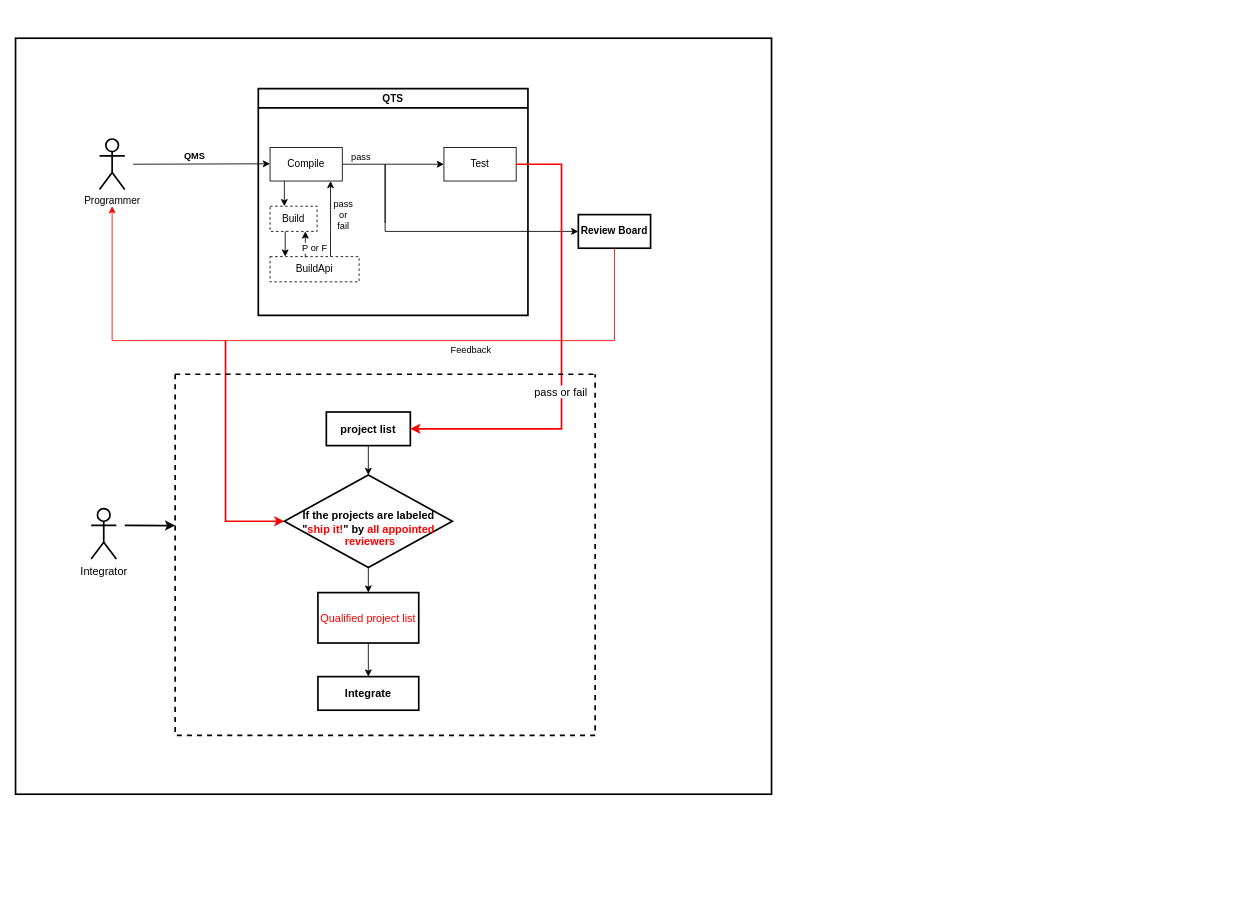
This is Untitled Diagram.drawio from YingSi163/Effy, a draw.io file, before an edit. Source tidied: cells renumbered, new cells numbered last; positions are measured from the earlier drawing's top-left corner, leaving out a move shared by most shapes. Both pictures are drawn from the tidied source at 84%, with x=0, y=0 at pixel (15, 38).
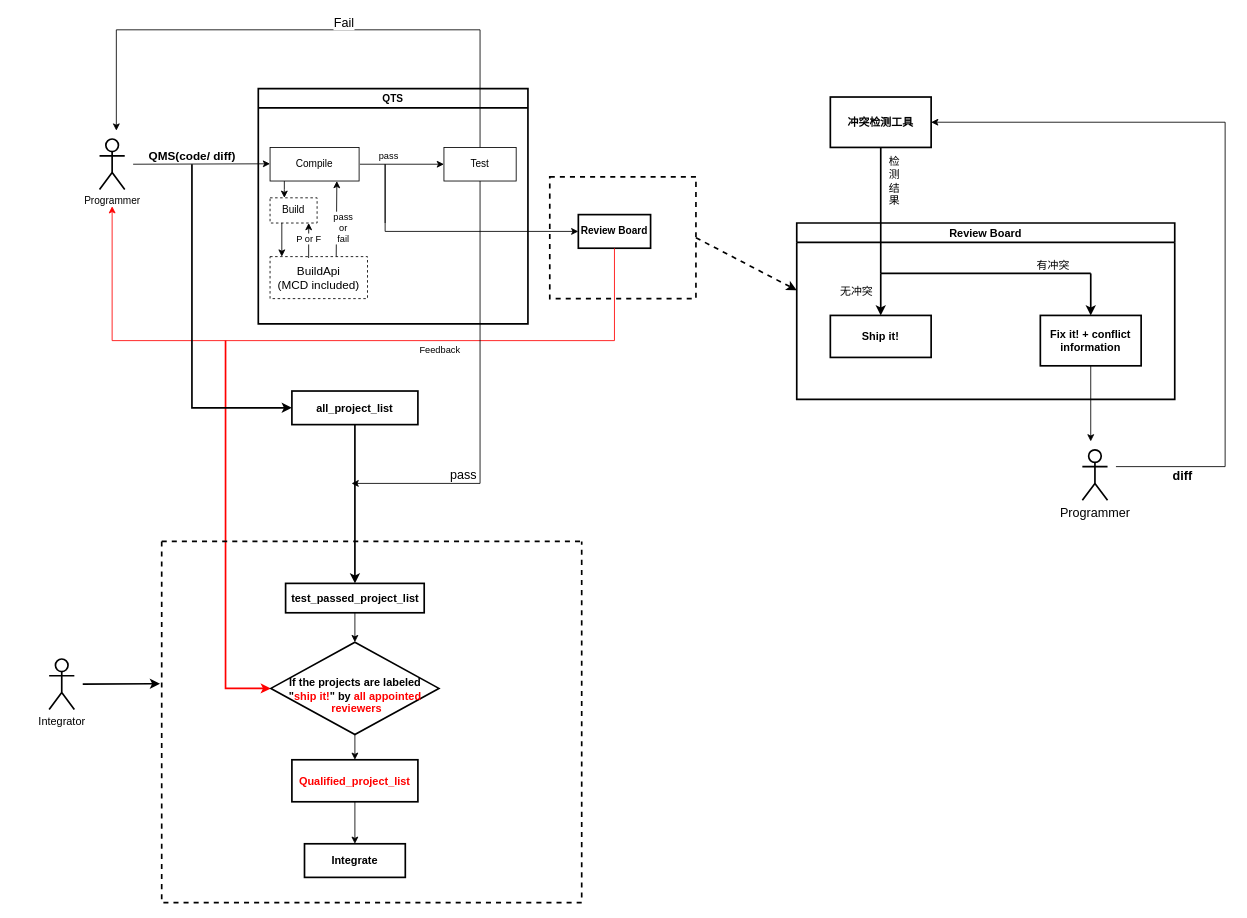
The same page after the edit.

Commit message:
adding feedback loop

The change refers to these unchanged cells:
```xml
<mxCell id="7" value="Test" style="whiteSpace=wrap;html=1;" parent="4" vertex="1">
  <mxGeometry x="221" y="70" width="86" height="40" as="geometry" />
</mxCell>
<mxCell id="9" style="endArrow=classic;html=1;rounded=0;" parent="4" edge="1">
  <mxGeometry relative="1" as="geometry">
    <mxPoint x="-149" y="90" as="sourcePoint" />
    <mxPoint x="14" y="89.5" as="targetPoint" />
  </mxGeometry>
</mxCell>
<mxCell id="16" value="&lt;b&gt;Review Board&lt;/b&gt;" style="whiteSpace=wrap;html=1;strokeWidth=2;" parent="1" vertex="1">
  <mxGeometry x="670" y="210" width="86" height="40" as="geometry" />
</mxCell>
<mxCell id="20" style="endArrow=classic;html=1;rounded=0;exitX=0.5;exitY=1;exitDx=0;exitDy=0;strokeColor=#FF0000;" parent="1" edge="1" source="16">
  <mxGeometry relative="1" as="geometry">
    <mxPoint x="115" y="200" as="targetPoint" />
    <Array as="points">
      <mxPoint x="713" y="360" />
      <mxPoint x="115" y="360" />
    </Array>
  </mxGeometry>
</mxCell>
<mxCell id="29" style="rhombus;whiteSpace=wrap;html=1;fontSize=13;strokeWidth=2;fillColor=default;" parent="27" vertex="1">
  <mxGeometry x="130" y="120" width="200" height="110" as="geometry" />
</mxCell>
```

Change to the diagram source:
```diff
@@
-    <mxCell id="2" style="rounded=0;whiteSpace=wrap;html=1;fontSize=13;fontColor=#FF0000;strokeWidth=2;fillColor=#FFFFFF;" parent="1" vertex="1">
-      <mxGeometry width="900" height="900" as="geometry" />
-    </mxCell>
@@
     <mxCell id="4" value="QTS" style="swimlane;strokeWidth=2;" parent="1" vertex="1">
-      <mxGeometry x="289" y="60" width="321" height="270" as="geometry" />
+      <mxGeometry x="289" y="60" width="321" height="280" as="geometry" />
     </mxCell>
@@
     <mxCell id="6" value="Compile" style="whiteSpace=wrap;html=1;" parent="4" vertex="1">
-      <mxGeometry x="14" y="70" width="86" height="40" as="geometry" />
+      <mxGeometry x="14" y="70" width="106" height="40" as="geometry" />
     </mxCell>
@@
     <mxCell id="8" value="Build" style="whiteSpace=wrap;html=1;dashed=1;" parent="4" vertex="1">
-      <mxGeometry x="14" y="140" width="56" height="30" as="geometry" />
+      <mxGeometry x="14" y="130" width="56" height="30" as="geometry" />
     </mxCell>
@@
-    <mxCell id="10" value="QMS" style="edgeLabel;html=1;align=center;verticalAlign=middle;fontStyle=1;" parent="9" vertex="1">
+    <mxCell id="10" value="&lt;font style=&quot;font-size: 14px&quot;&gt;QMS(code/ diff)&lt;/font&gt;" style="edgeLabel;html=1;align=center;verticalAlign=middle;fontStyle=1;" parent="9" vertex="1">
       <mxGeometry x="-0.24" y="2" relative="1" as="geometry">
-        <mxPoint x="11" y="-8" as="offset" />
+        <mxPoint x="8" y="-8" as="offset" />
       </mxGeometry>
     </mxCell>
@@
-    <mxCell id="12" value="BuildApi" style="whiteSpace=wrap;html=1;dashed=1;" parent="4" vertex="1">
-      <mxGeometry x="14" y="200" width="106" height="30" as="geometry" />
+    <mxCell id="12" value="&lt;font style=&quot;font-size: 14px&quot;&gt;BuildApi&lt;br&gt;(MCD included)&lt;/font&gt;" style="whiteSpace=wrap;html=1;dashed=1;" parent="4" vertex="1">
+      <mxGeometry x="14" y="200" width="116" height="50" as="geometry" />
     </mxCell>
-    <mxCell id="13" style="endArrow=classic;html=1;rounded=0;exitX=0.679;exitY=0;exitDx=0;exitDy=0;exitPerimeter=0;" parent="4" edge="1" source="12">
-      <mxGeometry relative="1" as="geometry">
-        <mxPoint x="86" y="110" as="targetPoint" />
-      </mxGeometry>
+    <mxCell id="13" style="endArrow=classic;html=1;rounded=0;exitX=0.679;exitY=0;exitDx=0;exitDy=0;exitPerimeter=0;entryX=0.75;entryY=1;entryDx=0;entryDy=0;" parent="4" edge="1" source="12" target="6">
+      <mxGeometry relative="1" as="geometry" />
     </mxCell>
-    <mxCell id="14" style="endArrow=classic;html=1;rounded=0;entryX=0.17;entryY=0;entryDx=0;entryDy=0;entryPerimeter=0;" parent="4" edge="1" target="12">
+    <mxCell id="14" style="endArrow=classic;html=1;rounded=0;exitX=0.25;exitY=1;exitDx=0;exitDy=0;" parent="4" edge="1" source="8">
       <mxGeometry relative="1" as="geometry">
-        <mxPoint x="32" y="170" as="sourcePoint" />
+        <mxPoint x="28" y="200" as="targetPoint" />
       </mxGeometry>
     </mxCell>
-    <mxCell id="15" value="P or F" style="endArrow=classic;html=1;rounded=0;entryX=0.75;entryY=1;entryDx=0;entryDy=0;exitX=0.396;exitY=0.033;exitDx=0;exitDy=0;exitPerimeter=0;" parent="4" edge="1" source="12" target="8">
-      <mxGeometry x="-0.29" y="-11" relative="1" as="geometry" />
+    <mxCell id="15" value="P or F" style="endArrow=classic;html=1;rounded=0;exitX=0.396;exitY=0.033;exitDx=0;exitDy=0;exitPerimeter=0;" parent="4" edge="1" source="12">
+      <mxGeometry x="0.04" relative="1" as="geometry">
+        <mxPoint x="60" y="160" as="targetPoint" />
+        <mxPoint y="-1" as="offset" />
+      </mxGeometry>
     </mxCell>
@@
-    <mxCell id="17" style="endArrow=classic;html=1;rounded=0;entryX=0;entryY=0.5;entryDx=0;entryDy=0;entryPerimeter=0;exitX=1;exitY=0.5;exitDx=0;exitDy=0;" parent="1" edge="1" source="6" target="16">
+    <mxCell id="17" style="endArrow=classic;html=1;rounded=0;entryX=0;entryY=0.5;entryDx=0;entryDy=0;entryPerimeter=0;" parent="1" edge="1" target="16">
       <mxGeometry relative="1" as="geometry">
+        <mxPoint x="410" y="150" as="sourcePoint" />
         <Array as="points">
           <mxPoint x="440" y="150" />
           <mxPoint x="440" y="220" />
           <mxPoint x="440" y="230" />
         </Array>
       </mxGeometry>
     </mxCell>
@@
     <mxCell id="19" value="pass" style="edgeLabel;html=1;align=center;verticalAlign=middle;" parent="1" vertex="1">
-      <mxGeometry x="410" y="140" as="geometry" />
+      <mxGeometry x="410" y="140" as="geometry">
+        <mxPoint x="33" y="-1" as="offset" />
+      </mxGeometry>
     </mxCell>
@@
     <mxCell id="21" value="Feedback" style="edgeLabel;html=1;align=center;verticalAlign=middle;" parent="20" vertex="1">
       <mxGeometry y="2" relative="1" as="geometry">
-        <mxPoint x="152" y="8" as="offset" />
+        <mxPoint x="115" y="8" as="offset" />
       </mxGeometry>
     </mxCell>
-    <mxCell id="22" value="&lt;br&gt;" style="endArrow=classic;html=1;rounded=0;exitX=1;exitY=0.5;exitDx=0;exitDy=0;entryX=1;entryY=0.5;entryDx=0;entryDy=0;strokeColor=#FF0000;strokeWidth=2;" parent="1" edge="1" source="7" target="24">
-      <mxGeometry relative="1" as="geometry">
-        <Array as="points">
-          <mxPoint x="650" y="150" />
-          <mxPoint x="650" y="465" />
-        </Array>
-      </mxGeometry>
-    </mxCell>
-    <mxCell id="23" value="&lt;font style=&quot;font-size: 13px&quot;&gt;pass or fail&lt;/font&gt;" style="edgeLabel;html=1;align=center;verticalAlign=middle;" parent="22" vertex="1">
-      <mxGeometry x="0.46" y="3" relative="1" as="geometry">
-        <mxPoint x="30" y="-48" as="offset" />
-      </mxGeometry>
-    </mxCell>
-    <mxCell id="24" value="&lt;font style=&quot;font-size: 13px&quot;&gt;&lt;b&gt;project list&lt;/b&gt;&lt;/font&gt;" style="rounded=0;whiteSpace=wrap;html=1;strokeWidth=2;fillColor=default;" parent="1" vertex="1">
-      <mxGeometry x="370" y="445" width="100" height="40" as="geometry" />
-    </mxCell>
-    <mxCell id="25" style="endArrow=classic;html=1;rounded=0;fontSize=13;exitX=0.5;exitY=1;exitDx=0;exitDy=0;entryX=0.5;entryY=0;entryDx=0;entryDy=0;" parent="1" edge="1" source="24" target="29">
-      <mxGeometry relative="1" as="geometry" />
-    </mxCell>
     <mxCell id="26" style="endArrow=classic;html=1;rounded=0;fontSize=13;entryX=0;entryY=0.5;entryDx=0;entryDy=0;strokeColor=#FF0000;strokeWidth=2;" parent="1" edge="1" target="29">
       <mxGeometry relative="1" as="geometry">
         <mxPoint x="250" y="360" as="sourcePoint" />
         <Array as="points">
-          <mxPoint x="250" y="575" />
+          <mxPoint x="250" y="774" />
         </Array>
       </mxGeometry>
     </mxCell>
     <mxCell id="27" style="swimlane;startSize=0;fontSize=13;strokeWidth=2;fillColor=default;dashed=1;" parent="1" vertex="1">
-      <mxGeometry x="190" y="400" width="500" height="430" as="geometry" />
+      <mxGeometry x="174" y="599" width="500" height="430" as="geometry" />
     </mxCell>
-    <mxCell id="28" value="&lt;font color=&quot;#ff0000&quot;&gt;Qualified project list&lt;/font&gt;" style="rounded=0;whiteSpace=wrap;html=1;fontSize=13;strokeWidth=2;fillColor=default;" parent="27" vertex="1">
-      <mxGeometry x="170" y="260" width="120" height="60" as="geometry" />
+    <mxCell id="28" value="&lt;font color=&quot;#ff0000&quot;&gt;&lt;b&gt;Qualified_project_list&lt;/b&gt;&lt;/font&gt;" style="rounded=0;whiteSpace=wrap;html=1;fontSize=13;strokeWidth=2;fillColor=default;" parent="27" vertex="1">
+      <mxGeometry x="155" y="260" width="150" height="50" as="geometry" />
     </mxCell>
@@
+    <mxCell id="36" style="edgeStyle=orthogonalEdgeStyle;rounded=0;jettySize=auto;html=1;exitX=0.5;exitY=1;exitDx=0;exitDy=0;fontSize=13;fontColor=#FF0000;strokeColor=#000000;strokeWidth=2;" parent="27" edge="1" source="28">
+      <mxGeometry relative="1" as="geometry">
+        <mxPoint x="230" y="310" as="targetPoint" />
+      </mxGeometry>
+    </mxCell>
+    <mxCell id="24" value="&lt;font style=&quot;font-size: 13px&quot;&gt;&lt;b&gt;test_passed_project_list&lt;/b&gt;&lt;/font&gt;" style="rounded=0;whiteSpace=wrap;html=1;strokeWidth=2;fillColor=default;" parent="27" vertex="1">
+      <mxGeometry x="147.5" y="50" width="165" height="35" as="geometry" />
+    </mxCell>
+    <mxCell id="25" style="endArrow=classic;html=1;rounded=0;fontSize=13;exitX=0.5;exitY=1;exitDx=0;exitDy=0;entryX=0.5;entryY=0;entryDx=0;entryDy=0;" parent="27" edge="1" source="24" target="29">
+      <mxGeometry relative="1" as="geometry" />
+    </mxCell>
     <mxCell id="34" value="Integrator" style="shape=umlActor;verticalLabelPosition=bottom;verticalAlign=top;html=1;fontSize=13;strokeWidth=2;fillColor=default;" parent="1" vertex="1">
-      <mxGeometry x="90" y="560" width="30" height="60" as="geometry" />
+      <mxGeometry x="40" y="739" width="30" height="60" as="geometry" />
     </mxCell>
-    <mxCell id="35" style="endArrow=classic;html=1;rounded=0;fontSize=13;strokeColor=#000000;strokeWidth=2;entryX=0;entryY=0.419;entryDx=0;entryDy=0;entryPerimeter=0;" parent="1" edge="1" target="27">
-      <mxGeometry relative="1" as="geometry">
-        <mxPoint x="130" y="580" as="sourcePoint" />
-      </mxGeometry>
-    </mxCell>
+    <mxCell id="37" style="endArrow=classic;html=1;rounded=0;fontSize=13;fontColor=#FF0000;strokeColor=#000000;strokeWidth=2;entryX=-0.004;entryY=0.394;entryDx=0;entryDy=0;entryPerimeter=0;" parent="1" edge="1" target="27">
+      <mxGeometry relative="1" as="geometry">
+        <mxPoint x="80" y="769" as="sourcePoint" />
+      </mxGeometry>
+    </mxCell>
+    <mxCell id="38" style="endArrow=classic;html=1;rounded=0;fontSize=13;fontColor=#FF0000;strokeColor=#000000;strokeWidth=2;entryX=0;entryY=0.5;entryDx=0;entryDy=0;" parent="1" edge="1" target="39">
+      <mxGeometry relative="1" as="geometry">
+        <mxPoint x="210" y="150" as="sourcePoint" />
+        <Array as="points">
+          <mxPoint x="210" y="440" />
+        </Array>
+      </mxGeometry>
+    </mxCell>
+    <mxCell id="39" value="&lt;font style=&quot;font-size: 13px&quot;&gt;&lt;b&gt;all_project_list&lt;/b&gt;&lt;/font&gt;" style="rounded=0;whiteSpace=wrap;html=1;strokeWidth=2;fillColor=default;" parent="1" vertex="1">
+      <mxGeometry x="329" y="420" width="150" height="40" as="geometry" />
+    </mxCell>
+    <mxCell id="40" style="rounded=0;whiteSpace=wrap;html=1;fontSize=13;fontColor=#FF0000;strokeWidth=2;fillColor=none;dashed=1;" parent="1" vertex="1">
+      <mxGeometry x="636" y="165" width="174" height="145" as="geometry" />
+    </mxCell>
+    <mxCell id="41" style="endArrow=classic;html=1;rounded=0;fontSize=13;fontColor=#FF0000;strokeColor=#000000;strokeWidth=2;exitX=1;exitY=0.5;exitDx=0;exitDy=0;dashed=1;" parent="1" edge="1" source="40">
+      <mxGeometry relative="1" as="geometry">
+        <mxPoint x="930" y="300" as="targetPoint" />
+      </mxGeometry>
+    </mxCell>
+    <mxCell id="42" value="Review Board" style="swimlane;fontSize=13;fontColor=#000000;strokeWidth=2;fillColor=none;" parent="1" vertex="1">
+      <mxGeometry x="930" y="220" width="450" height="210" as="geometry" />
+    </mxCell>
+    <mxCell id="43" style="endArrow=none;html=1;rounded=0;fontSize=13;fontColor=#000000;strokeColor=#000000;strokeWidth=2;" parent="42" edge="1">
+      <mxGeometry relative="1" as="geometry">
+        <mxPoint x="100" y="60" as="sourcePoint" />
+        <mxPoint x="350" y="60" as="targetPoint" />
+      </mxGeometry>
+    </mxCell>
+    <mxCell id="44" value="无冲突" style="edgeLabel;html=1;align=center;verticalAlign=middle;fontSize=13;fontColor=#000000;" parent="43" vertex="1">
+      <mxGeometry x="-0.69" y="1" relative="1" as="geometry">
+        <mxPoint x="-69" y="21" as="offset" />
+      </mxGeometry>
+    </mxCell>
+    <mxCell id="45" style="endArrow=classic;html=1;rounded=0;fontSize=13;fontColor=#000000;strokeColor=#000000;strokeWidth=2;" parent="42" edge="1">
+      <mxGeometry relative="1" as="geometry">
+        <mxPoint x="100" y="60" as="sourcePoint" />
+        <mxPoint x="100" y="110" as="targetPoint" />
+      </mxGeometry>
+    </mxCell>
+    <mxCell id="46" style="endArrow=classic;html=1;rounded=0;fontSize=13;fontColor=#000000;strokeColor=#000000;strokeWidth=2;" parent="42" edge="1">
+      <mxGeometry relative="1" as="geometry">
+        <mxPoint x="350" y="60" as="sourcePoint" />
+        <mxPoint x="350" y="110" as="targetPoint" />
+      </mxGeometry>
+    </mxCell>
+    <mxCell id="47" value="&lt;b&gt;Ship it!&lt;/b&gt;" style="rounded=0;whiteSpace=wrap;html=1;fontSize=13;fontColor=#000000;strokeWidth=2;fillColor=default;" parent="42" vertex="1">
+      <mxGeometry x="40" y="110" width="120" height="50" as="geometry" />
+    </mxCell>
+    <mxCell id="48" value="有冲突" style="text;html=1;align=center;verticalAlign=middle;strokeColor=none;fillColor=none;fontSize=13;fontColor=#000000;" parent="42" vertex="1">
+      <mxGeometry x="280" y="40" width="50" height="20" as="geometry" />
+    </mxCell>
+    <mxCell id="49" value="&lt;b&gt;Fix it! + conflict&lt;br&gt;information&lt;br&gt;&lt;/b&gt;" style="rounded=0;whiteSpace=wrap;html=1;fontSize=13;fontColor=#000000;strokeWidth=2;fillColor=default;" parent="42" vertex="1">
+      <mxGeometry x="290" y="110" width="120" height="60" as="geometry" />
+    </mxCell>
+    <mxCell id="50" value="&lt;b&gt;冲突检测工具&lt;/b&gt;" style="rounded=0;whiteSpace=wrap;html=1;fontSize=13;fontColor=#000000;strokeWidth=2;fillColor=default;" parent="1" vertex="1">
+      <mxGeometry x="970" y="70" width="120" height="60" as="geometry" />
+    </mxCell>
+    <mxCell id="51" style="endArrow=none;html=1;rounded=0;fontSize=13;fontColor=#000000;strokeColor=#000000;strokeWidth=2;entryX=0.5;entryY=1;entryDx=0;entryDy=0;" parent="1" edge="1" target="50">
+      <mxGeometry relative="1" as="geometry">
+        <mxPoint x="1030" y="280" as="sourcePoint" />
+      </mxGeometry>
+    </mxCell>
+    <mxCell id="52" value="检&lt;br&gt;测&lt;br&gt;结&lt;br&gt;果" style="edgeLabel;html=1;align=center;verticalAlign=middle;fontSize=13;fontColor=#000000;" parent="51" vertex="1">
+      <mxGeometry x="0.5" y="2" relative="1" as="geometry">
+        <mxPoint x="17" y="2" as="offset" />
+      </mxGeometry>
+    </mxCell>
+    <mxCell id="53" style="endArrow=classic;html=1;rounded=0;fontSize=14;fontColor=#000000;strokeColor=#000000;strokeWidth=2;exitX=0.5;exitY=1;exitDx=0;exitDy=0;entryX=0.5;entryY=0;entryDx=0;entryDy=0;" parent="1" edge="1" source="39" target="24">
+      <mxGeometry relative="1" as="geometry" />
+    </mxCell>
+    <mxCell id="54" style="endArrow=classic;html=1;rounded=0;fontSize=14;fontColor=#000000;strokeColor=#000000;strokeWidth=1;exitX=0.5;exitY=1;exitDx=0;exitDy=0;" parent="1" edge="1" source="7">
+      <mxGeometry relative="1" as="geometry">
+        <mxPoint x="400" y="530" as="targetPoint" />
+        <Array as="points">
+          <mxPoint x="553" y="530" />
+        </Array>
+      </mxGeometry>
+    </mxCell>
+    <mxCell id="55" value="&lt;font style=&quot;font-size: 15px&quot;&gt;pass&lt;/font&gt;" style="edgeLabel;html=1;align=center;verticalAlign=middle;fontSize=14;fontColor=#000000;" parent="54" vertex="1">
+      <mxGeometry x="0.14" y="2" relative="1" as="geometry">
+        <mxPoint x="-23" y="56" as="offset" />
+      </mxGeometry>
+    </mxCell>
+    <mxCell id="56" style="endArrow=classic;html=1;rounded=0;fontSize=15;fontColor=#000000;strokeColor=#000000;strokeWidth=1;exitX=0.5;exitY=0;exitDx=0;exitDy=0;" parent="1" edge="1" source="7">
+      <mxGeometry relative="1" as="geometry">
+        <mxPoint x="120" y="110" as="targetPoint" />
+        <Array as="points">
+          <mxPoint x="553" y="-10" />
+          <mxPoint x="120" y="-10" />
+        </Array>
+      </mxGeometry>
+    </mxCell>
+    <mxCell id="57" value="Fail" style="edgeLabel;html=1;align=center;verticalAlign=middle;fontSize=15;fontColor=#000000;" parent="56" vertex="1">
+      <mxGeometry x="-0.18" y="-1" relative="1" as="geometry">
+        <mxPoint x="-19" y="-9" as="offset" />
+      </mxGeometry>
+    </mxCell>
+    <mxCell id="58" value="Programmer" style="shape=umlActor;verticalLabelPosition=bottom;verticalAlign=top;html=1;fontSize=15;fontColor=#000000;strokeWidth=2;fillColor=default;" parent="1" vertex="1">
+      <mxGeometry x="1270" y="490" width="30" height="60" as="geometry" />
+    </mxCell>
+    <mxCell id="59" style="endArrow=classic;html=1;rounded=0;fontSize=15;fontColor=#000000;strokeColor=#000000;strokeWidth=1;exitX=0.5;exitY=1;exitDx=0;exitDy=0;" parent="1" edge="1" source="49">
+      <mxGeometry relative="1" as="geometry">
+        <mxPoint x="1280" y="480" as="targetPoint" />
+      </mxGeometry>
+    </mxCell>
+    <mxCell id="60" style="endArrow=classic;html=1;rounded=0;fontSize=15;fontColor=#000000;strokeColor=#000000;strokeWidth=1;entryX=1;entryY=0.5;entryDx=0;entryDy=0;" parent="1" edge="1" target="50">
+      <mxGeometry relative="1" as="geometry">
+        <mxPoint x="1310" y="510" as="sourcePoint" />
+        <Array as="points">
+          <mxPoint x="1440" y="510" />
+          <mxPoint x="1440" y="100" />
+        </Array>
+      </mxGeometry>
+    </mxCell>
+    <mxCell id="61" value="diff" style="edgeLabel;html=1;align=center;verticalAlign=middle;fontSize=15;fontColor=#000000;fontStyle=1;" parent="60" vertex="1">
+      <mxGeometry x="-0.83" y="1" relative="1" as="geometry">
+        <mxPoint x="2" y="11" as="offset" />
+      </mxGeometry>
+    </mxCell>
```
